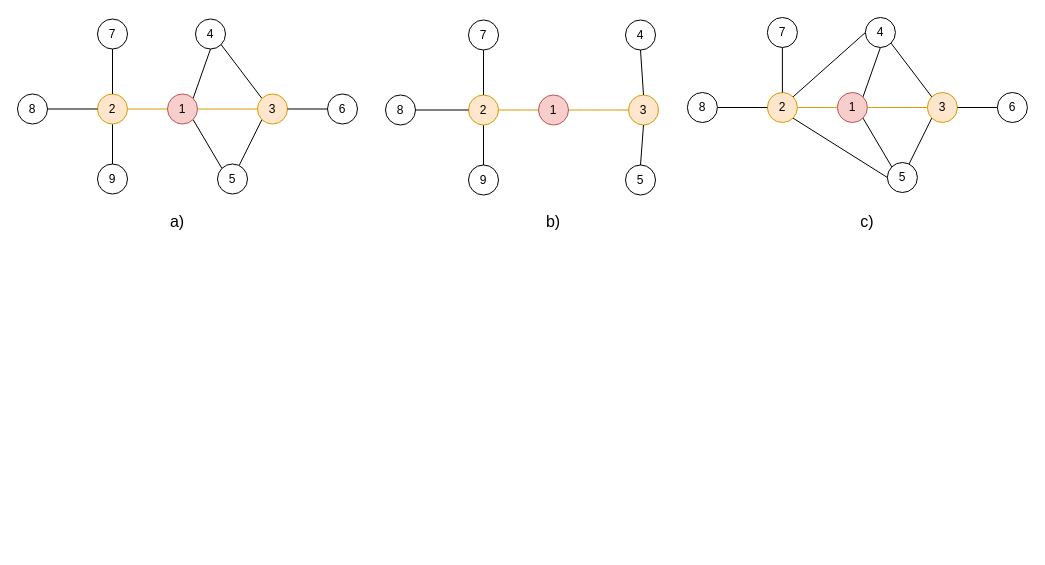
Before: page "第 3 页" (3 of 3) of 未命名表单.drawio in zjtone/RL-Note, a draw.io diagram. Source tidied: cells renumbered, new cells numbered last; positions are measured from the earlier drawing's top-left corner, leaving out a move shared by most shapes. Both pictures are drawn from the tidied source at 100%, with x=0, y=0 at pixel (17, 17).
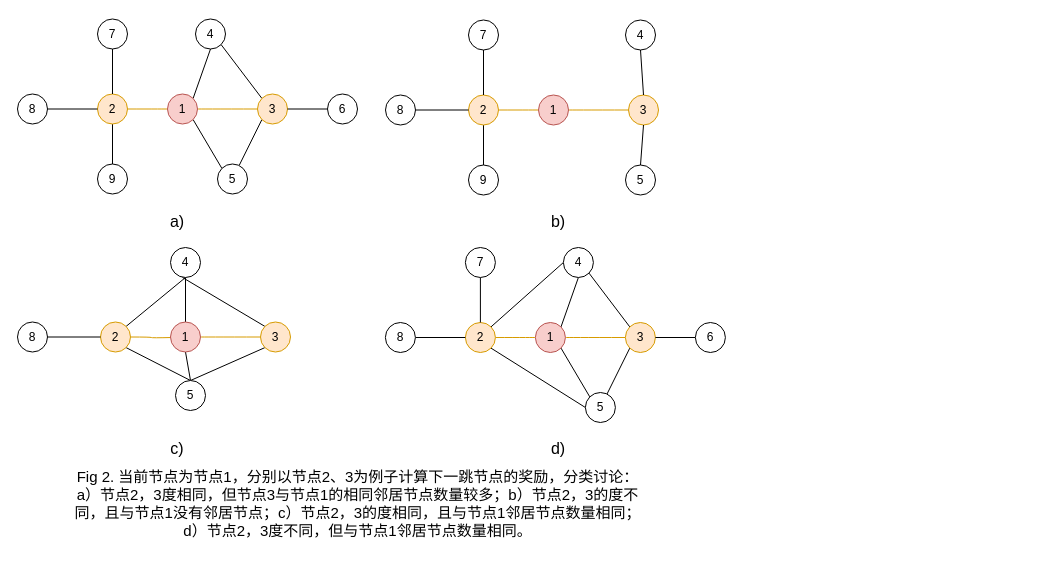
Above is the later version.

Commit message:
更新未命名表单.drawio

What changed in the source:
```diff
@@
     <mxCell id="40" value="1" style="ellipse;whiteSpace=wrap;html=1;fillColor=#f8cecc;strokeColor=#b85450;" parent="1" vertex="1">
-      <mxGeometry x="819.9" y="75" width="30" height="30" as="geometry" />
+      <mxGeometry x="517.9" y="305" width="30" height="30" as="geometry" />
     </mxCell>
@@
     <mxCell id="43" value="2" style="ellipse;whiteSpace=wrap;html=1;fillColor=#ffe6cc;strokeColor=#d79b00;" parent="1" vertex="1">
-      <mxGeometry x="749.9" y="75" width="30" height="30" as="geometry" />
+      <mxGeometry x="447.9" y="305" width="30" height="30" as="geometry" />
     </mxCell>
@@
     <mxCell id="46" value="3" style="ellipse;whiteSpace=wrap;html=1;fillColor=#ffe6cc;strokeColor=#d79b00;" parent="1" vertex="1">
-      <mxGeometry x="909.9" y="75" width="30" height="30" as="geometry" />
+      <mxGeometry x="607.9" y="305" width="30" height="30" as="geometry" />
     </mxCell>
     <mxCell id="47" value="4" style="ellipse;whiteSpace=wrap;html=1;" parent="1" vertex="1">
-      <mxGeometry x="847.9" width="30" height="30" as="geometry" />
+      <mxGeometry x="545.9" y="230" width="30" height="30" as="geometry" />
     </mxCell>
     <mxCell id="48" value="5" style="ellipse;whiteSpace=wrap;html=1;" parent="1" vertex="1">
-      <mxGeometry x="869.9" y="145" width="30" height="30" as="geometry" />
+      <mxGeometry x="567.9" y="375" width="30" height="30" as="geometry" />
     </mxCell>
@@
     <mxCell id="50" value="6" style="ellipse;whiteSpace=wrap;html=1;" parent="1" vertex="1">
-      <mxGeometry x="979.9" y="75" width="30" height="30" as="geometry" />
+      <mxGeometry x="677.9" y="305" width="30" height="30" as="geometry" />
     </mxCell>
@@
     <mxCell id="52" value="8" style="ellipse;whiteSpace=wrap;html=1;" parent="1" vertex="1">
-      <mxGeometry x="669.9" y="75" width="30" height="30" as="geometry" />
+      <mxGeometry x="367.9" y="305" width="30" height="30" as="geometry" />
     </mxCell>
@@
     <mxCell id="54" value="7" style="ellipse;whiteSpace=wrap;html=1;" parent="1" vertex="1">
-      <mxGeometry x="749.9" width="30" height="30" as="geometry" />
+      <mxGeometry x="447.9" y="230" width="30" height="30" as="geometry" />
     </mxCell>
@@
-    <mxCell id="56" value="c)" style="text;html=1;strokeColor=none;fillColor=none;align=center;verticalAlign=middle;whiteSpace=wrap;rounded=0;strokeWidth=1;fontSize=16;" parent="1" vertex="1">
-      <mxGeometry x="829.9" y="194" width="40" height="20" as="geometry" />
+    <mxCell id="56" value="d)" style="text;html=1;strokeColor=none;fillColor=none;align=center;verticalAlign=middle;whiteSpace=wrap;rounded=0;strokeWidth=1;fontSize=16;" parent="1" vertex="1">
+      <mxGeometry x="520.9" y="421" width="40" height="20" as="geometry" />
     </mxCell>
     <mxCell id="57" value="b)" style="text;html=1;strokeColor=none;fillColor=none;align=center;verticalAlign=middle;whiteSpace=wrap;rounded=0;strokeWidth=1;fontSize=16;" parent="1" vertex="1">
-      <mxGeometry x="516" y="194" width="40" height="20" as="geometry" />
+      <mxGeometry x="520.9" y="194" width="40" height="20" as="geometry" />
     </mxCell>
+    <mxCell id="58" value="Fig 2. 当前节点为节点1，分别以节点2、3为例子计算下一跳节点的奖励，分类讨论：a）节点2，3度相同，但节点3与节点1的相同邻居节点数量较多；b）节点2，3的度不同，且与节点1没有邻居节点；c）节点2，3的度相同，且与节点1邻居节点数量相同；d）节点2，3度不同，但与节点1邻居节点数量相同。" style="text;html=1;strokeColor=none;fillColor=none;align=center;verticalAlign=middle;whiteSpace=wrap;rounded=0;fontSize=15;" parent="1" vertex="1">
+      <mxGeometry x="54.5" y="441" width="571" height="90" as="geometry" />
+    </mxCell>
+    <mxCell id="59" style="rounded=0;jettySize=auto;html=1;entryX=0;entryY=0.5;entryDx=0;entryDy=0;endArrow=none;endFill=0;edgeStyle=orthogonalEdgeStyle;curved=1;fillColor=#ffe6cc;strokeColor=#d79b00;" parent="1" edge="1" source="63" target="69">
+      <mxGeometry relative="1" as="geometry" />
+    </mxCell>
+    <mxCell id="60" style="rounded=0;jettySize=auto;html=1;endArrow=none;endFill=0;edgeStyle=orthogonalEdgeStyle;curved=1;fillColor=#ffe6cc;strokeColor=#d79b00;" parent="1" edge="1" target="66">
+      <mxGeometry relative="1" as="geometry">
+        <mxPoint x="154.5" y="320" as="sourcePoint" />
+      </mxGeometry>
+    </mxCell>
+    <mxCell id="61" style="edgeStyle=none;rounded=0;jettySize=auto;html=1;exitX=0.5;exitY=0;exitDx=0;exitDy=0;entryX=0.5;entryY=1;entryDx=0;entryDy=0;endArrow=none;endFill=0;fontSize=15;" parent="1" edge="1" source="63" target="70">
+      <mxGeometry relative="1" as="geometry" />
+    </mxCell>
+    <mxCell id="62" style="edgeStyle=none;rounded=0;jettySize=auto;html=1;exitX=0.5;exitY=1;exitDx=0;exitDy=0;entryX=0.5;entryY=0;entryDx=0;entryDy=0;endArrow=none;endFill=0;fontSize=15;" parent="1" edge="1" source="63" target="71">
+      <mxGeometry relative="1" as="geometry" />
+    </mxCell>
+    <mxCell id="63" value="1" style="ellipse;whiteSpace=wrap;html=1;fillColor=#f8cecc;strokeColor=#b85450;" parent="1" vertex="1">
+      <mxGeometry x="153" y="304.5" width="30" height="30" as="geometry" />
+    </mxCell>
+    <mxCell id="64" style="rounded=0;jettySize=auto;html=1;exitX=1;exitY=0;exitDx=0;exitDy=0;entryX=0.5;entryY=1;entryDx=0;entryDy=0;fontSize=15;endArrow=none;endFill=0;" parent="1" edge="1" source="66" target="70">
+      <mxGeometry relative="1" as="geometry" />
+    </mxCell>
+    <mxCell id="65" style="edgeStyle=none;rounded=0;jettySize=auto;html=1;exitX=1;exitY=1;exitDx=0;exitDy=0;entryX=0.5;entryY=0;entryDx=0;entryDy=0;endArrow=none;endFill=0;fontSize=15;" parent="1" edge="1" source="66" target="71">
+      <mxGeometry relative="1" as="geometry" />
+    </mxCell>
+    <mxCell id="66" value="2" style="ellipse;whiteSpace=wrap;html=1;fillColor=#ffe6cc;strokeColor=#d79b00;" parent="1" vertex="1">
+      <mxGeometry x="83" y="304.5" width="30" height="30" as="geometry" />
+    </mxCell>
+    <mxCell id="67" style="edgeStyle=none;rounded=0;jettySize=auto;html=1;exitX=0;exitY=0;exitDx=0;exitDy=0;endArrow=none;endFill=0;fontSize=15;" parent="1" edge="1" source="69">
+      <mxGeometry relative="1" as="geometry">
+        <mxPoint x="165" y="260" as="targetPoint" />
+      </mxGeometry>
+    </mxCell>
+    <mxCell id="68" style="edgeStyle=none;rounded=0;jettySize=auto;html=1;exitX=0;exitY=1;exitDx=0;exitDy=0;entryX=0.5;entryY=0;entryDx=0;entryDy=0;endArrow=none;endFill=0;fontSize=15;" parent="1" edge="1" source="69" target="71">
+      <mxGeometry relative="1" as="geometry" />
+    </mxCell>
+    <mxCell id="69" value="3" style="ellipse;whiteSpace=wrap;html=1;fillColor=#ffe6cc;strokeColor=#d79b00;" parent="1" vertex="1">
+      <mxGeometry x="243" y="304.5" width="30" height="30" as="geometry" />
+    </mxCell>
+    <mxCell id="70" value="4" style="ellipse;whiteSpace=wrap;html=1;" parent="1" vertex="1">
+      <mxGeometry x="153" y="230" width="30" height="30" as="geometry" />
+    </mxCell>
+    <mxCell id="71" value="5" style="ellipse;whiteSpace=wrap;html=1;" parent="1" vertex="1">
+      <mxGeometry x="158" y="363" width="30" height="30" as="geometry" />
+    </mxCell>
+    <mxCell id="72" style="edgeStyle=none;rounded=0;jettySize=auto;html=1;exitX=1;exitY=0.5;exitDx=0;exitDy=0;entryX=0;entryY=0.5;entryDx=0;entryDy=0;endArrow=none;endFill=0;" parent="1" edge="1" source="73" target="66">
+      <mxGeometry relative="1" as="geometry" />
+    </mxCell>
+    <mxCell id="73" value="8" style="ellipse;whiteSpace=wrap;html=1;" parent="1" vertex="1">
+      <mxGeometry y="304.5" width="30" height="30" as="geometry" />
+    </mxCell>
+    <mxCell id="74" value="c)" style="text;html=1;strokeColor=none;fillColor=none;align=center;verticalAlign=middle;whiteSpace=wrap;rounded=0;strokeWidth=1;fontSize=16;" parent="1" vertex="1">
+      <mxGeometry x="140" y="421" width="40" height="20" as="geometry" />
+    </mxCell>
```
